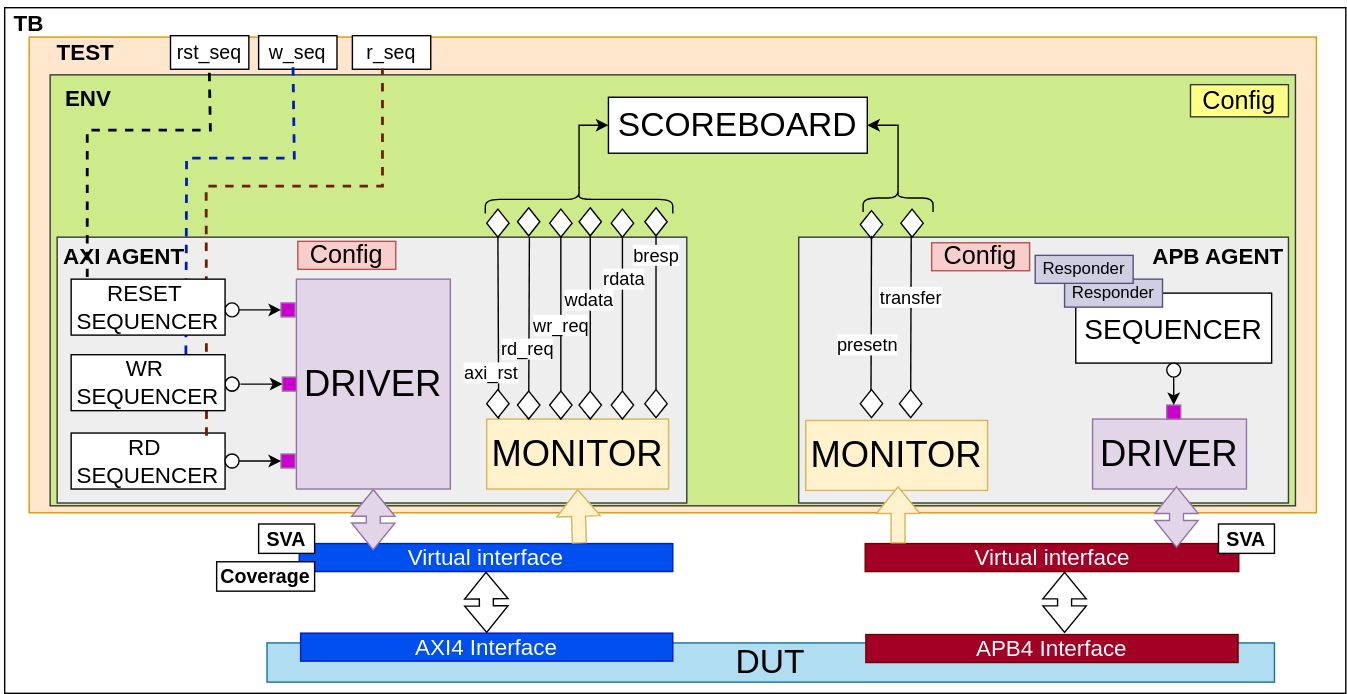
The draw.io diagram IMAGE/uvm.drawio.svg in Manprocoder/AXI-APB-Bridge, before a commit. Source tidied: cells renumbered, new cells last; positions are measured from the earlier drawing's top-left corner, leaving out a move shared by most shapes.
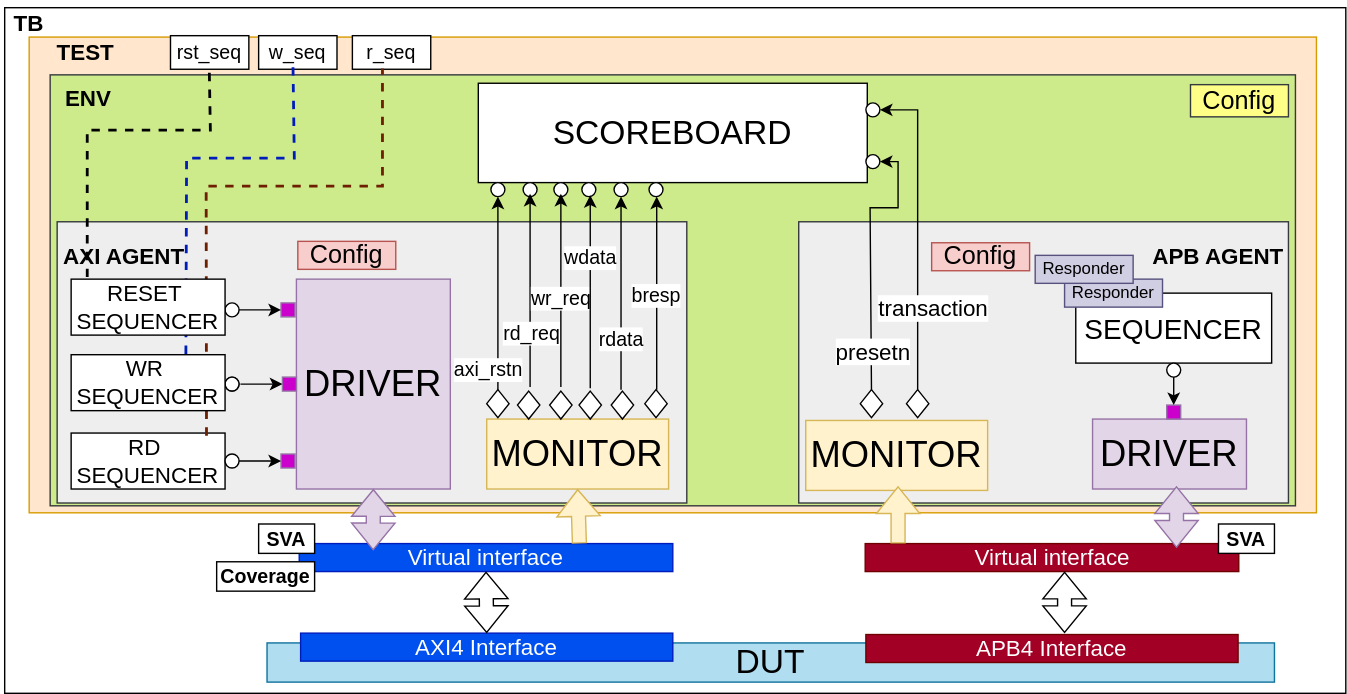
The same file after the commit.

Change to the diagram source:
```diff
@@ -12,10 +12,10 @@
       <mxGeometry x="35" y="53" width="890" height="308" as="geometry" />
     </mxCell>
     <mxCell id="5" style="rounded=0;whiteSpace=wrap;html=1;fillColor=#eeeeee;strokeColor=#36393d;" parent="1" vertex="1">
-      <mxGeometry x="570" y="169" width="350" height="190" as="geometry" />
+      <mxGeometry x="570" y="158" width="350" height="201" as="geometry" />
     </mxCell>
     <mxCell id="6" style="rounded=0;whiteSpace=wrap;html=1;fillColor=#eeeeee;strokeColor=#36393d;" parent="1" vertex="1">
-      <mxGeometry x="40" y="169" width="450" height="190" as="geometry" />
+      <mxGeometry x="40" y="158" width="450" height="201" as="geometry" />
     </mxCell>
     <mxCell id="7" value="&lt;font style=&quot;font-size: 26px;&quot;&gt;DRIVER&lt;/font&gt;" style="rounded=0;whiteSpace=wrap;html=1;fillColor=#e1d5e7;strokeColor=#9673a6;" parent="1" vertex="1">
       <mxGeometry x="211" y="199" width="110" height="150" as="geometry" />
@@ -78,135 +78,11 @@
       <mxGeometry x="833" y="259" width="10" height="10" as="geometry" />
     </mxCell>
     <mxCell id="27" value="&lt;font style=&quot;font-size: 24px;&quot;&gt;SCOREBOARD&lt;/font&gt;" style="rounded=0;whiteSpace=wrap;html=1;" parent="1" vertex="1">
-      <mxGeometry x="434" y="69" width="185" height="40" as="geometry" />
+      <mxGeometry x="341" y="59" width="278" height="71" as="geometry" />
     </mxCell>
-    <mxCell id="28" style="rhombus;whiteSpace=wrap;html=1;" parent="1" vertex="1">
-      <mxGeometry x="347" y="149" width="16" height="20" as="geometry" />
-    </mxCell>
-    <mxCell id="29" style="rhombus;whiteSpace=wrap;html=1;" parent="1" vertex="1">
-      <mxGeometry x="369" y="148" width="16" height="20" as="geometry" />
-    </mxCell>
-    <mxCell id="30" style="rhombus;whiteSpace=wrap;html=1;" parent="1" vertex="1">
-      <mxGeometry x="392" y="149" width="16" height="20" as="geometry" />
-    </mxCell>
-    <mxCell id="31" style="rhombus;whiteSpace=wrap;html=1;" parent="1" vertex="1">
-      <mxGeometry x="413" y="148" width="16" height="20" as="geometry" />
-    </mxCell>
-    <mxCell id="32" style="rhombus;whiteSpace=wrap;html=1;" parent="1" vertex="1">
-      <mxGeometry x="436" y="149" width="16" height="20" as="geometry" />
-    </mxCell>
-    <mxCell id="33" style="rhombus;whiteSpace=wrap;html=1;" parent="1" vertex="1">
-      <mxGeometry x="460" y="148" width="16" height="20" as="geometry" />
-    </mxCell>
-    <mxCell id="34" style="endArrow=none;html=1;rounded=0;entryX=0.5;entryY=1;entryDx=0;entryDy=0;exitX=0.066;exitY=0;exitDx=0;exitDy=0;exitPerimeter=0;" parent="1" edge="1" source="8" target="28">
-      <mxGeometry relative="1" as="geometry" />
-    </mxCell>
-    <mxCell id="35" value="&lt;font style=&quot;font-size: 13px;&quot;&gt;axi_rst&lt;/font&gt;" style="edgeLabel;html=1;align=center;verticalAlign=middle;" parent="34" vertex="1">
-      <mxGeometry x="0.13" y="-1" relative="1" as="geometry">
-        <mxPoint x="-7" y="40" as="offset" />
-      </mxGeometry>
-    </mxCell>
-    <mxCell id="36" style="endArrow=none;html=1;rounded=0;entryX=0.75;entryY=0;entryDx=0;entryDy=0;exitX=0.066;exitY=0;exitDx=0;exitDy=0;exitPerimeter=0;" parent="1" edge="1" target="6">
-      <mxGeometry relative="1" as="geometry">
-        <mxPoint x="377" y="299" as="sourcePoint" />
-      </mxGeometry>
-    </mxCell>
-    <mxCell id="37" value="&lt;font style=&quot;font-size: 13px;&quot;&gt;rd_req&lt;/font&gt;" style="edgeLabel;html=1;align=center;verticalAlign=middle;" parent="36" vertex="1">
-      <mxGeometry x="0.13" y="-1" relative="1" as="geometry">
-        <mxPoint x="-3" y="22" as="offset" />
-      </mxGeometry>
-    </mxCell>
-    <mxCell id="38" style="endArrow=none;html=1;rounded=0;entryX=0.8;entryY=-0.003;entryDx=0;entryDy=0;exitX=0.066;exitY=0;exitDx=0;exitDy=0;exitPerimeter=0;entryPerimeter=0;" parent="1" edge="1" target="6">
-      <mxGeometry relative="1" as="geometry">
-        <mxPoint x="400" y="298" as="sourcePoint" />
-      </mxGeometry>
-    </mxCell>
-    <mxCell id="39" value="&lt;font style=&quot;font-size: 13px;&quot;&gt;wr_req&lt;/font&gt;" style="edgeLabel;html=1;align=center;verticalAlign=middle;" parent="38" vertex="1">
-      <mxGeometry x="0.13" y="-1" relative="1" as="geometry">
-        <mxPoint x="-2" y="6" as="offset" />
-      </mxGeometry>
-    </mxCell>
-    <mxCell id="40" style="endArrow=none;html=1;rounded=0;entryX=0.5;entryY=1;entryDx=0;entryDy=0;exitX=0.066;exitY=0;exitDx=0;exitDy=0;exitPerimeter=0;" parent="1" edge="1" target="31">
-      <mxGeometry relative="1" as="geometry">
-        <mxPoint x="421" y="298" as="sourcePoint" />
-      </mxGeometry>
-    </mxCell>
-    <mxCell id="41" value="&lt;font style=&quot;font-size: 13px;&quot;&gt;wdata&lt;/font&gt;" style="edgeLabel;html=1;align=center;verticalAlign=middle;" parent="40" vertex="1">
-      <mxGeometry x="0.13" y="-1" relative="1" as="geometry">
-        <mxPoint x="-3" y="-12" as="offset" />
-      </mxGeometry>
-    </mxCell>
-    <mxCell id="42" style="endArrow=none;html=1;rounded=0;entryX=0.5;entryY=1;entryDx=0;entryDy=0;exitX=0.066;exitY=0;exitDx=0;exitDy=0;exitPerimeter=0;" parent="1" edge="1" target="32">
-      <mxGeometry relative="1" as="geometry">
-        <mxPoint x="444" y="298" as="sourcePoint" />
-      </mxGeometry>
-    </mxCell>
-    <mxCell id="43" value="&lt;font style=&quot;font-size: 13px;&quot;&gt;rdata&lt;/font&gt;" style="edgeLabel;html=1;align=center;verticalAlign=middle;" parent="42" vertex="1">
-      <mxGeometry x="0.13" y="-1" relative="1" as="geometry">
-        <mxPoint x="-1" y="-27" as="offset" />
-      </mxGeometry>
-    </mxCell>
-    <mxCell id="44" style="endArrow=none;html=1;rounded=0;entryX=0.5;entryY=1;entryDx=0;entryDy=0;exitX=0.066;exitY=0;exitDx=0;exitDy=0;exitPerimeter=0;" parent="1" edge="1" target="33">
-      <mxGeometry relative="1" as="geometry">
-        <mxPoint x="468" y="298" as="sourcePoint" />
-      </mxGeometry>
-    </mxCell>
-    <mxCell id="45" value="&lt;font style=&quot;font-size: 13px;&quot;&gt;bresp&lt;/font&gt;" style="edgeLabel;html=1;align=center;verticalAlign=middle;" parent="44" vertex="1">
-      <mxGeometry x="0.13" y="-1" relative="1" as="geometry">
-        <mxPoint x="-2" y="-44" as="offset" />
-      </mxGeometry>
-    </mxCell>
     <mxCell id="46" value="&lt;font style=&quot;font-size: 18px;&quot;&gt;Config&lt;/font&gt;" style="rounded=0;whiteSpace=wrap;html=1;fillColor=#f8cecc;strokeColor=#b85450;" parent="1" vertex="1">
       <mxGeometry x="665" y="173" width="70" height="20" as="geometry" />
     </mxCell>
-    <mxCell id="47" style="rhombus;whiteSpace=wrap;html=1;" parent="1" vertex="1">
-      <mxGeometry x="614" y="150" width="16" height="20" as="geometry" />
-    </mxCell>
-    <mxCell id="48" style="rhombus;whiteSpace=wrap;html=1;" parent="1" vertex="1">
-      <mxGeometry x="643" y="149" width="16" height="20" as="geometry" />
-    </mxCell>
-    <mxCell id="49" style="endArrow=none;html=1;rounded=0;entryX=0.5;entryY=1;entryDx=0;entryDy=0;exitX=0.174;exitY=0.044;exitDx=0;exitDy=0;exitPerimeter=0;" parent="1" edge="1">
-      <mxGeometry relative="1" as="geometry">
-        <mxPoint x="621.6" y="291.2" as="sourcePoint" />
-        <mxPoint x="622" y="168" as="targetPoint" />
-      </mxGeometry>
-    </mxCell>
-    <mxCell id="50" value="presetn" style="edgeLabel;html=1;align=center;verticalAlign=middle;fontSize=13;" parent="49" vertex="1">
-      <mxGeometry x="-0.21" y="-2" relative="1" as="geometry">
-        <mxPoint x="-5" y="3" as="offset" />
-      </mxGeometry>
-    </mxCell>
-    <mxCell id="51" style="endArrow=none;html=1;rounded=0;entryX=0.5;entryY=1;entryDx=0;entryDy=0;exitX=0.174;exitY=0.044;exitDx=0;exitDy=0;exitPerimeter=0;" parent="1" edge="1">
-      <mxGeometry relative="1" as="geometry">
-        <mxPoint x="650" y="291.2" as="sourcePoint" />
-        <mxPoint x="650.4" y="168" as="targetPoint" />
-      </mxGeometry>
-    </mxCell>
-    <mxCell id="52" value="transfer" style="edgeLabel;html=1;align=center;verticalAlign=middle;fontSize=13;" parent="51" vertex="1">
-      <mxGeometry x="-0.21" y="-2" relative="1" as="geometry">
-        <mxPoint x="-3" y="-31" as="offset" />
-      </mxGeometry>
-    </mxCell>
-    <mxCell id="53" style="shape=curlyBracket;whiteSpace=wrap;html=1;rounded=1;flipH=1;labelPosition=right;verticalLabelPosition=middle;align=left;verticalAlign=middle;direction=south;" parent="1" vertex="1">
-      <mxGeometry x="346" y="132" width="134" height="20" as="geometry" />
-    </mxCell>
-    <mxCell id="54" style="endArrow=classic;html=1;rounded=0;entryX=0;entryY=0.5;entryDx=0;entryDy=0;exitX=0.1;exitY=0.5;exitDx=0;exitDy=0;exitPerimeter=0;" parent="1" edge="1" source="53" target="27">
-      <mxGeometry relative="1" as="geometry">
-        <Array as="points">
-          <mxPoint x="413" y="89" />
-        </Array>
-      </mxGeometry>
-    </mxCell>
-    <mxCell id="55" style="shape=curlyBracket;whiteSpace=wrap;html=1;rounded=1;flipH=1;labelPosition=right;verticalLabelPosition=middle;align=left;verticalAlign=middle;direction=south;" parent="1" vertex="1">
-      <mxGeometry x="616" y="131" width="50" height="20" as="geometry" />
-    </mxCell>
-    <mxCell id="56" style="endArrow=classic;html=1;rounded=0;exitX=0.1;exitY=0.5;exitDx=0;exitDy=0;exitPerimeter=0;entryX=1;entryY=0.5;entryDx=0;entryDy=0;" parent="1" edge="1" source="55" target="27">
-      <mxGeometry relative="1" as="geometry">
-        <Array as="points">
-          <mxPoint x="641" y="89" />
-        </Array>
-      </mxGeometry>
-    </mxCell>
     <mxCell id="57" value="&lt;font style=&quot;font-size: 24px;&quot;&gt;DUT&lt;/font&gt;" style="rounded=0;whiteSpace=wrap;html=1;fillColor=#b1ddf0;strokeColor=#10739e;" parent="1" vertex="1">
       <mxGeometry x="190" y="459" width="720" height="28" as="geometry" />
     </mxCell>
@@ -351,7 +227,120 @@
       <mxGeometry x="614" y="278" width="16" height="20" as="geometry" />
     </mxCell>
     <mxCell id="94" style="rhombus;whiteSpace=wrap;html=1;" parent="1" vertex="1">
-      <mxGeometry x="642" y="278" width="16" height="20" as="geometry" />
+      <mxGeometry x="647" y="278" width="16" height="20" as="geometry" />
     </mxCell>
+    <mxCell id="95" style="ellipse;whiteSpace=wrap;html=1;shapeInside=1;" parent="1" vertex="1">
+      <mxGeometry x="618" y="73" width="10" height="10" as="geometry" />
+    </mxCell>
+    <mxCell id="96" style="ellipse;whiteSpace=wrap;html=1;shapeInside=1;" parent="1" vertex="1">
+      <mxGeometry x="618" y="110" width="10" height="10" as="geometry" />
+    </mxCell>
+    <mxCell id="97" style="endArrow=classic;html=1;rounded=0;entryX=1;entryY=0.5;entryDx=0;entryDy=0;exitX=0.5;exitY=0;exitDx=0;exitDy=0;" parent="1" edge="1" source="93" target="96">
+      <mxGeometry relative="1" as="geometry">
+        <Array as="points">
+          <mxPoint x="621" y="148" />
+          <mxPoint x="641" y="148" />
+          <mxPoint x="641" y="115" />
+        </Array>
+      </mxGeometry>
+    </mxCell>
+    <mxCell id="50" value="&lt;font style=&quot;font-size: 16px;&quot;&gt;presetn&lt;/font&gt;" style="edgeLabel;html=1;align=center;verticalAlign=middle;" parent="97" vertex="1">
+      <mxGeometry x="-0.33" relative="1" as="geometry">
+        <mxPoint x="1" y="38" as="offset" />
+      </mxGeometry>
+    </mxCell>
+    <mxCell id="98" style="endArrow=classic;html=1;rounded=0;entryX=1;entryY=0.5;entryDx=0;entryDy=0;exitX=0.5;exitY=0;exitDx=0;exitDy=0;" parent="1" edge="1" source="94" target="95">
+      <mxGeometry relative="1" as="geometry">
+        <Array as="points">
+          <mxPoint x="655" y="78" />
+        </Array>
+      </mxGeometry>
+    </mxCell>
+    <mxCell id="99" value="&lt;font style=&quot;font-size: 16px;&quot;&gt;transaction&lt;/font&gt;" style="edgeLabel;html=1;align=center;verticalAlign=middle;" parent="98" vertex="1">
+      <mxGeometry x="-0.31" y="-1" relative="1" as="geometry">
+        <mxPoint x="9" y="19" as="offset" />
+      </mxGeometry>
+    </mxCell>
+    <mxCell id="100" style="ellipse;whiteSpace=wrap;html=1;shapeInside=1;" parent="1" vertex="1">
+      <mxGeometry x="350" y="130" width="10" height="10" as="geometry" />
+    </mxCell>
+    <mxCell id="101" style="ellipse;whiteSpace=wrap;html=1;shapeInside=1;" parent="1" vertex="1">
+      <mxGeometry x="373" y="130" width="10" height="10" as="geometry" />
+    </mxCell>
+    <mxCell id="102" style="ellipse;whiteSpace=wrap;html=1;shapeInside=1;" parent="1" vertex="1">
+      <mxGeometry x="395" y="130" width="10" height="10" as="geometry" />
+    </mxCell>
+    <mxCell id="103" style="ellipse;whiteSpace=wrap;html=1;shapeInside=1;" parent="1" vertex="1">
+      <mxGeometry x="415" y="130" width="10" height="10" as="geometry" />
+    </mxCell>
+    <mxCell id="104" style="ellipse;whiteSpace=wrap;html=1;shapeInside=1;" parent="1" vertex="1">
+      <mxGeometry x="438" y="130" width="10" height="10" as="geometry" />
+    </mxCell>
+    <mxCell id="105" style="ellipse;whiteSpace=wrap;html=1;shapeInside=1;" parent="1" vertex="1">
+      <mxGeometry x="463" y="130" width="10" height="10" as="geometry" />
+    </mxCell>
+    <mxCell id="106" style="endArrow=classic;html=1;rounded=0;entryX=0.5;entryY=1;entryDx=0;entryDy=0;exitX=0.5;exitY=0;exitDx=0;exitDy=0;" parent="1" edge="1" source="87" target="100">
+      <mxGeometry relative="1" as="geometry" />
+    </mxCell>
+    <mxCell id="107" value="axi_rstn" style="edgeLabel;html=1;align=center;verticalAlign=middle;fontSize=14;" parent="106" vertex="1">
+      <mxGeometry x="-0.72" y="3" relative="1" as="geometry">
+        <mxPoint x="-5" y="5" as="offset" />
+      </mxGeometry>
+    </mxCell>
+    <mxCell id="108" style="endArrow=classic;html=1;rounded=0;entryX=0.5;entryY=1;entryDx=0;entryDy=0;exitX=0.5;exitY=0;exitDx=0;exitDy=0;" parent="1" edge="1">
+      <mxGeometry relative="1" as="geometry">
+        <mxPoint x="378" y="276" as="sourcePoint" />
+        <mxPoint x="378" y="138" as="targetPoint" />
+      </mxGeometry>
+    </mxCell>
+    <mxCell id="37" value="rd_req" style="edgeLabel;html=1;align=center;verticalAlign=middle;fontSize=14;" parent="108" vertex="1">
+      <mxGeometry x="-0.72" y="3" relative="1" as="geometry">
+        <mxPoint x="3" y="-19" as="offset" />
+      </mxGeometry>
+    </mxCell>
+    <mxCell id="109" style="endArrow=classic;html=1;rounded=0;entryX=0.5;entryY=1;entryDx=0;entryDy=0;exitX=0.5;exitY=0;exitDx=0;exitDy=0;" parent="1" edge="1">
+      <mxGeometry relative="1" as="geometry">
+        <mxPoint x="400" y="276" as="sourcePoint" />
+        <mxPoint x="400" y="138" as="targetPoint" />
+      </mxGeometry>
+    </mxCell>
+    <mxCell id="39" value="wr_req" style="edgeLabel;html=1;align=center;verticalAlign=middle;fontSize=14;" parent="109" vertex="1">
+      <mxGeometry x="-0.72" y="3" relative="1" as="geometry">
+        <mxPoint x="2" y="-44" as="offset" />
+      </mxGeometry>
+    </mxCell>
+    <mxCell id="110" style="endArrow=classic;html=1;rounded=0;entryX=0.5;entryY=1;entryDx=0;entryDy=0;exitX=0.5;exitY=0;exitDx=0;exitDy=0;" parent="1" edge="1">
+      <mxGeometry relative="1" as="geometry">
+        <mxPoint x="421" y="277" as="sourcePoint" />
+        <mxPoint x="421" y="139" as="targetPoint" />
+      </mxGeometry>
+    </mxCell>
+    <mxCell id="41" value="wdata" style="edgeLabel;html=1;align=center;verticalAlign=middle;fontSize=14;" parent="110" vertex="1">
+      <mxGeometry x="-0.72" y="3" relative="1" as="geometry">
+        <mxPoint x="2" y="-74" as="offset" />
+      </mxGeometry>
+    </mxCell>
+    <mxCell id="111" style="endArrow=classic;html=1;rounded=0;entryX=0.5;entryY=1;entryDx=0;entryDy=0;exitX=0.5;exitY=0;exitDx=0;exitDy=0;" parent="1" edge="1">
+      <mxGeometry relative="1" as="geometry">
+        <mxPoint x="443" y="278" as="sourcePoint" />
+        <mxPoint x="443" y="140" as="targetPoint" />
+      </mxGeometry>
+    </mxCell>
+    <mxCell id="43" value="rdata" style="edgeLabel;html=1;align=center;verticalAlign=middle;fontSize=14;" parent="111" vertex="1">
+      <mxGeometry x="-0.72" y="3" relative="1" as="geometry">
+        <mxPoint x="2" y="-17" as="offset" />
+      </mxGeometry>
+    </mxCell>
+    <mxCell id="112" style="endArrow=classic;html=1;rounded=0;entryX=0.5;entryY=1;entryDx=0;entryDy=0;exitX=0.5;exitY=0;exitDx=0;exitDy=0;" parent="1" edge="1">
+      <mxGeometry relative="1" as="geometry">
+        <mxPoint x="468.5" y="278" as="sourcePoint" />
+        <mxPoint x="468.5" y="140" as="targetPoint" />
+      </mxGeometry>
+    </mxCell>
+    <mxCell id="45" value="bresp" style="edgeLabel;html=1;align=center;verticalAlign=middle;fontSize=14;" parent="112" vertex="1">
+      <mxGeometry x="-0.72" y="3" relative="1" as="geometry">
+        <mxPoint x="2" y="-48" as="offset" />
+      </mxGeometry>
+    </mxCell>
   </root>
 </mxGraphModel>
```
